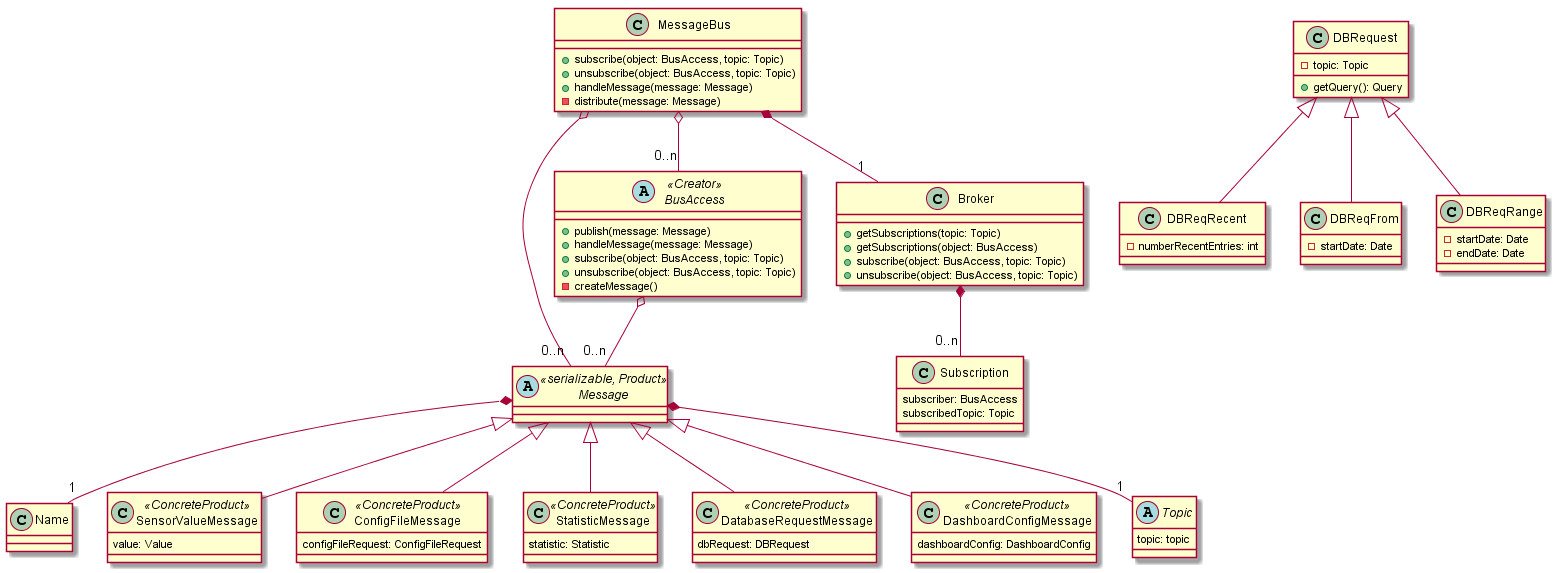
This is Entwurf/diagrams/Bus.png from uzdry/PSE, a PlantUML export, as it was before one commit.
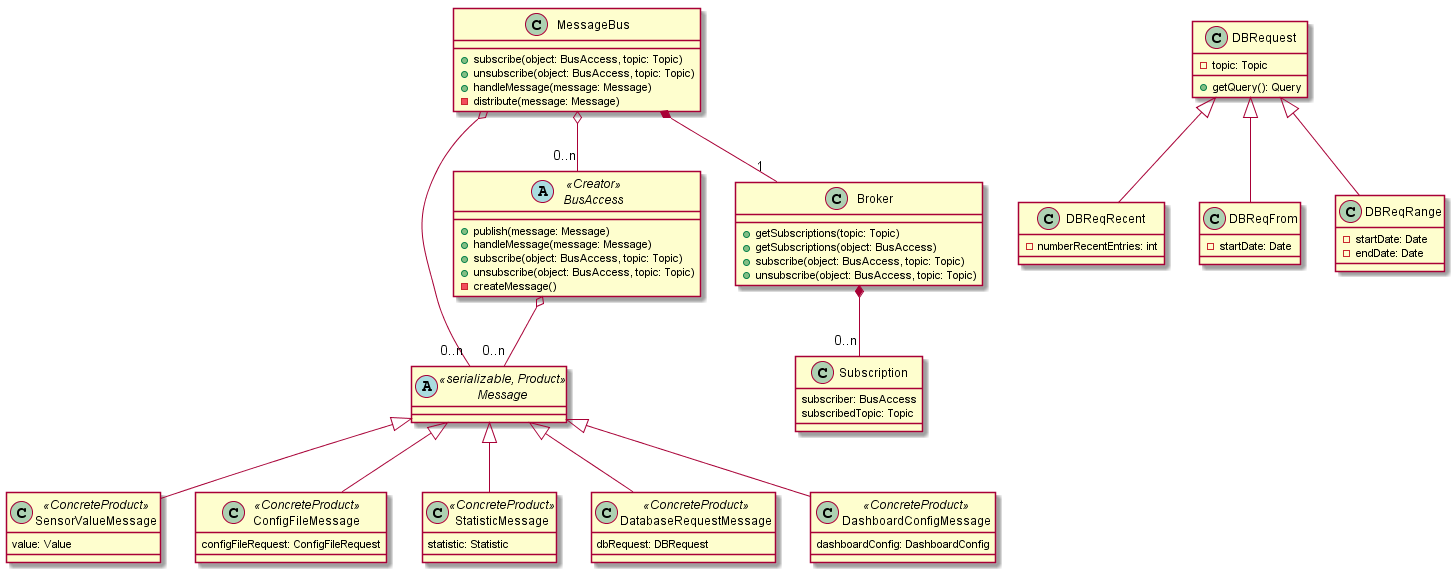
The same file after the commit.

What changed in the source:
```diff
@@ -1,9 +1,4 @@
 @startuml
-
-class Name {
-}
-
-Message *-- "1" Name
 
 abstract class  Message << serializable, Product >> {
 }
@@ -26,10 +21,6 @@
 
 class DashboardConfigMessage << ConcreteProduct >> {
 	dashboardConfig: DashboardConfig
-}
-
-abstract Class Topic {
-	topic: topic
 }
 
 class DBRequest {
@@ -92,6 +83,5 @@
 MessageBus o--"0..n" BusAccess
 Broker *--"0..n" Subscription
 BusAccess o--"0..n" Message
-Message *--"1" Topic
 
 @enduml
```
